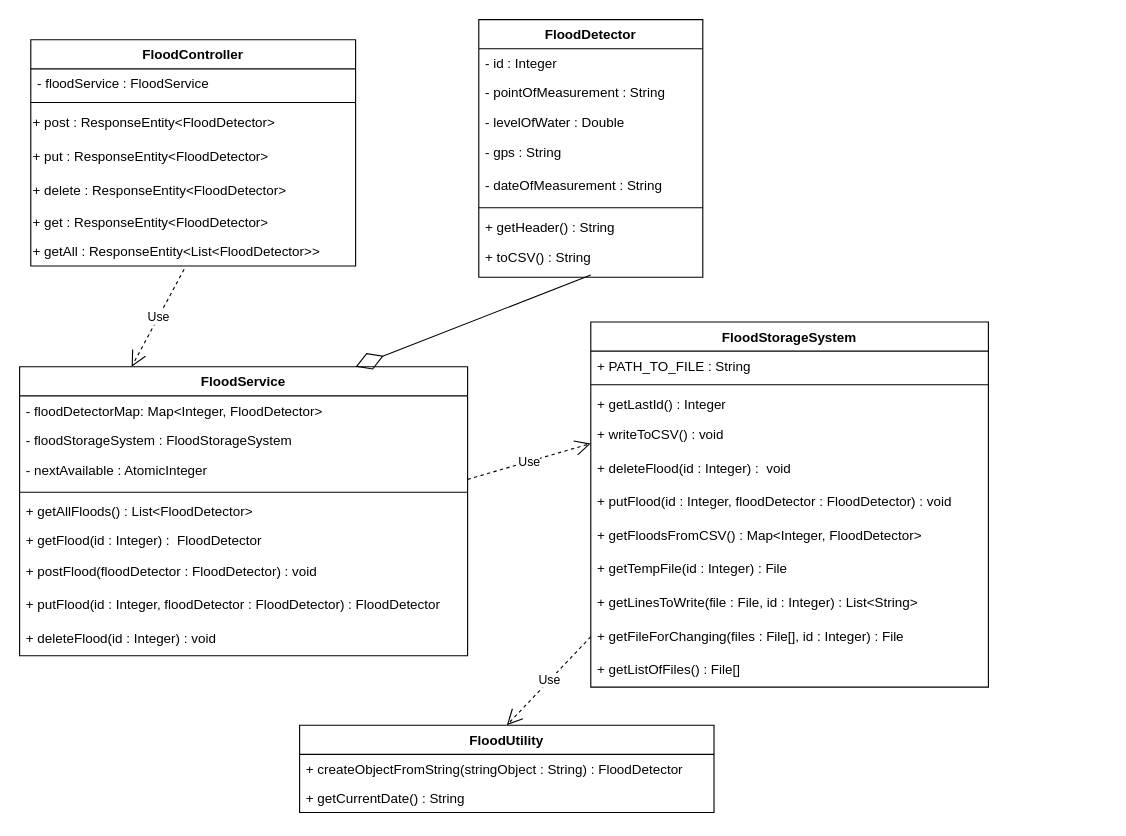
Danvace/Early-Flood-Detection keeps this draw.io diagram as Early-Flood-Detection.drawio. Above is the earlier version. Source tidied: cells renumbered, new cells numbered last; positions are measured from the earlier drawing's top-left corner, leaving out a move shared by most shapes. Both pictures are drawn from the tidied source at 112%, with x=0, y=0 at pixel (19, 19).
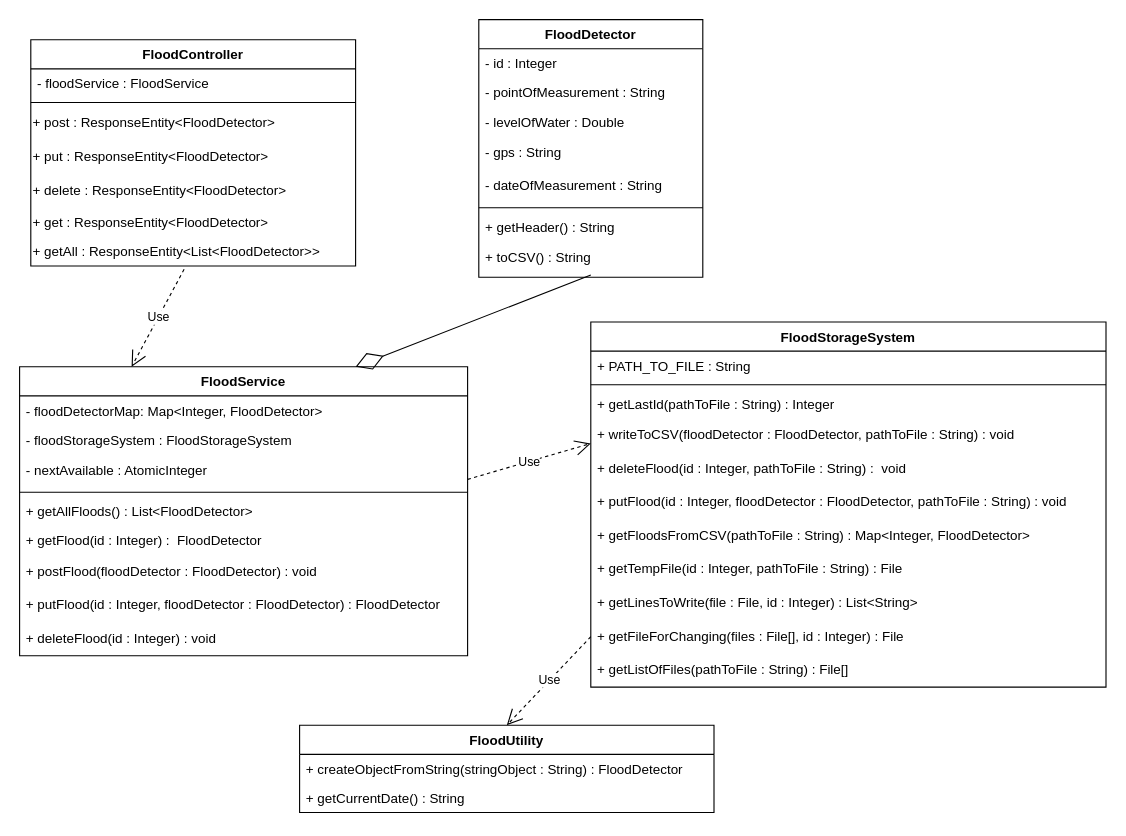
After the change.

Change to the diagram source:
```diff
@@
     <mxCell id="31" value="FloodStorageSystem" style="swimlane;fontStyle=1;align=center;verticalAlign=top;horizontal=1;startSize=26;whiteSpace=wrap;html=1;" parent="1" vertex="1">
-      <mxGeometry x="510" y="270" width="355" height="326" as="geometry" />
+      <mxGeometry x="510" y="270" width="460" height="326" as="geometry" />
     </mxCell>
     <mxCell id="32" value="+ PATH_TO_FILE : String" style="text;strokeColor=none;fillColor=none;align=left;verticalAlign=top;spacingLeft=4;spacingRight=4;overflow=hidden;whiteSpace=wrap;html=1;" parent="31" vertex="1">
-      <mxGeometry y="26" width="355" height="26" as="geometry" />
+      <mxGeometry y="26" width="460" height="26" as="geometry" />
     </mxCell>
     <mxCell id="33" style="line;strokeWidth=1;fillColor=none;align=left;verticalAlign=middle;spacingTop=-1;spacingLeft=3;spacingRight=3;labelPosition=right;strokeColor=inherit;" parent="31" vertex="1">
-      <mxGeometry y="52" width="355" height="8" as="geometry" />
+      <mxGeometry y="52" width="460" height="8" as="geometry" />
     </mxCell>
-    <mxCell id="34" value="+ getLastId() : Integer" style="text;strokeColor=none;fillColor=none;align=left;verticalAlign=top;spacingLeft=4;spacingRight=4;overflow=hidden;whiteSpace=wrap;html=1;" parent="31" vertex="1">
-      <mxGeometry y="60" width="355" height="26" as="geometry" />
+    <mxCell id="34" value="+ getLastId(pathToFile : String) : Integer" style="text;strokeColor=none;fillColor=none;align=left;verticalAlign=top;spacingLeft=4;spacingRight=4;overflow=hidden;whiteSpace=wrap;html=1;" parent="31" vertex="1">
+      <mxGeometry y="60" width="460" height="26" as="geometry" />
     </mxCell>
-    <mxCell id="35" value="+ writeToCSV() : void" style="text;html=1;strokeColor=none;fillColor=none;align=left;verticalAlign=middle;whiteSpace=wrap;rounded=0;spacingLeft=4;spacingRight=4;" parent="31" vertex="1">
-      <mxGeometry y="86" width="355" height="30" as="geometry" />
+    <mxCell id="35" value="+ writeToCSV(floodDetector : FloodDetector, pathToFile : String) : void" style="text;html=1;strokeColor=none;fillColor=none;align=left;verticalAlign=middle;whiteSpace=wrap;rounded=0;spacingLeft=4;spacingRight=4;" parent="31" vertex="1">
+      <mxGeometry y="86" width="460" height="30" as="geometry" />
     </mxCell>
-    <mxCell id="36" value="+ deleteFlood(id : Integer) :&amp;nbsp; void" style="text;html=1;strokeColor=none;fillColor=none;align=left;verticalAlign=middle;whiteSpace=wrap;rounded=0;spacingLeft=4;spacingRight=4;" parent="31" vertex="1">
-      <mxGeometry y="116" width="355" height="30" as="geometry" />
+    <mxCell id="36" value="+ deleteFlood(id : Integer, pathToFile : String) :&amp;nbsp; void" style="text;html=1;strokeColor=none;fillColor=none;align=left;verticalAlign=middle;whiteSpace=wrap;rounded=0;spacingLeft=4;spacingRight=4;" parent="31" vertex="1">
+      <mxGeometry y="116" width="460" height="30" as="geometry" />
     </mxCell>
-    <mxCell id="37" value="+ putFlood(id : Integer, floodDetector : FloodDetector) : void" style="text;html=1;strokeColor=none;fillColor=none;align=left;verticalAlign=middle;whiteSpace=wrap;rounded=0;spacingLeft=4;spacingRight=4;" parent="31" vertex="1">
-      <mxGeometry y="146" width="355" height="30" as="geometry" />
+    <mxCell id="37" value="+ putFlood(id : Integer, floodDetector : FloodDetector, pathToFile : String) : void" style="text;html=1;strokeColor=none;fillColor=none;align=left;verticalAlign=middle;whiteSpace=wrap;rounded=0;spacingLeft=4;spacingRight=4;" parent="31" vertex="1">
+      <mxGeometry y="146" width="460" height="30" as="geometry" />
     </mxCell>
-    <mxCell id="38" value="+ getFloodsFromCSV() :&amp;nbsp;Map&amp;lt;Integer, FloodDetector&amp;gt;" style="text;html=1;strokeColor=none;fillColor=none;align=left;verticalAlign=middle;whiteSpace=wrap;rounded=0;spacingLeft=4;spacingRight=4;" parent="31" vertex="1">
-      <mxGeometry y="176" width="355" height="30" as="geometry" />
+    <mxCell id="38" value="+ getFloodsFromCSV(pathToFile : String) :&amp;nbsp;Map&amp;lt;Integer, FloodDetector&amp;gt;" style="text;html=1;strokeColor=none;fillColor=none;align=left;verticalAlign=middle;whiteSpace=wrap;rounded=0;spacingLeft=4;spacingRight=4;" parent="31" vertex="1">
+      <mxGeometry y="176" width="460" height="30" as="geometry" />
     </mxCell>
-    <mxCell id="39" value="+ getTempFile(id : Integer) : File" style="text;html=1;strokeColor=none;fillColor=none;align=left;verticalAlign=middle;whiteSpace=wrap;rounded=0;spacingLeft=4;spacingRight=4;" parent="31" vertex="1">
-      <mxGeometry y="206" width="355" height="30" as="geometry" />
+    <mxCell id="39" value="+ getTempFile(id : Integer, pathToFile : String) : File" style="text;html=1;strokeColor=none;fillColor=none;align=left;verticalAlign=middle;whiteSpace=wrap;rounded=0;spacingLeft=4;spacingRight=4;" parent="31" vertex="1">
+      <mxGeometry y="206" width="460" height="30" as="geometry" />
     </mxCell>
     <mxCell id="40" value="+ getLinesToWrite(file : File, id : Integer) : List&amp;lt;String&amp;gt;" style="text;html=1;strokeColor=none;fillColor=none;align=left;verticalAlign=middle;whiteSpace=wrap;rounded=0;spacingLeft=4;spacingRight=4;" parent="31" vertex="1">
-      <mxGeometry y="236" width="355" height="30" as="geometry" />
+      <mxGeometry y="236" width="460" height="30" as="geometry" />
     </mxCell>
     <mxCell id="41" value="+ getFileForChanging(files : File[], id : Integer) : File" style="text;html=1;strokeColor=none;fillColor=none;align=left;verticalAlign=middle;whiteSpace=wrap;rounded=0;spacingLeft=4;spacingRight=4;" parent="31" vertex="1">
-      <mxGeometry y="266" width="355" height="30" as="geometry" />
+      <mxGeometry y="266" width="460" height="30" as="geometry" />
     </mxCell>
-    <mxCell id="42" value="+ getListOfFiles() : File[]" style="text;html=1;strokeColor=none;fillColor=none;align=left;verticalAlign=middle;whiteSpace=wrap;rounded=0;spacingLeft=4;spacingRight=4;" parent="31" vertex="1">
-      <mxGeometry y="296" width="355" height="30" as="geometry" />
+    <mxCell id="42" value="+ getListOfFiles(pathToFile : String) : File[]" style="text;html=1;strokeColor=none;fillColor=none;align=left;verticalAlign=middle;whiteSpace=wrap;rounded=0;spacingLeft=4;spacingRight=4;" parent="31" vertex="1">
+      <mxGeometry y="296" width="460" height="30" as="geometry" />
     </mxCell>
```
